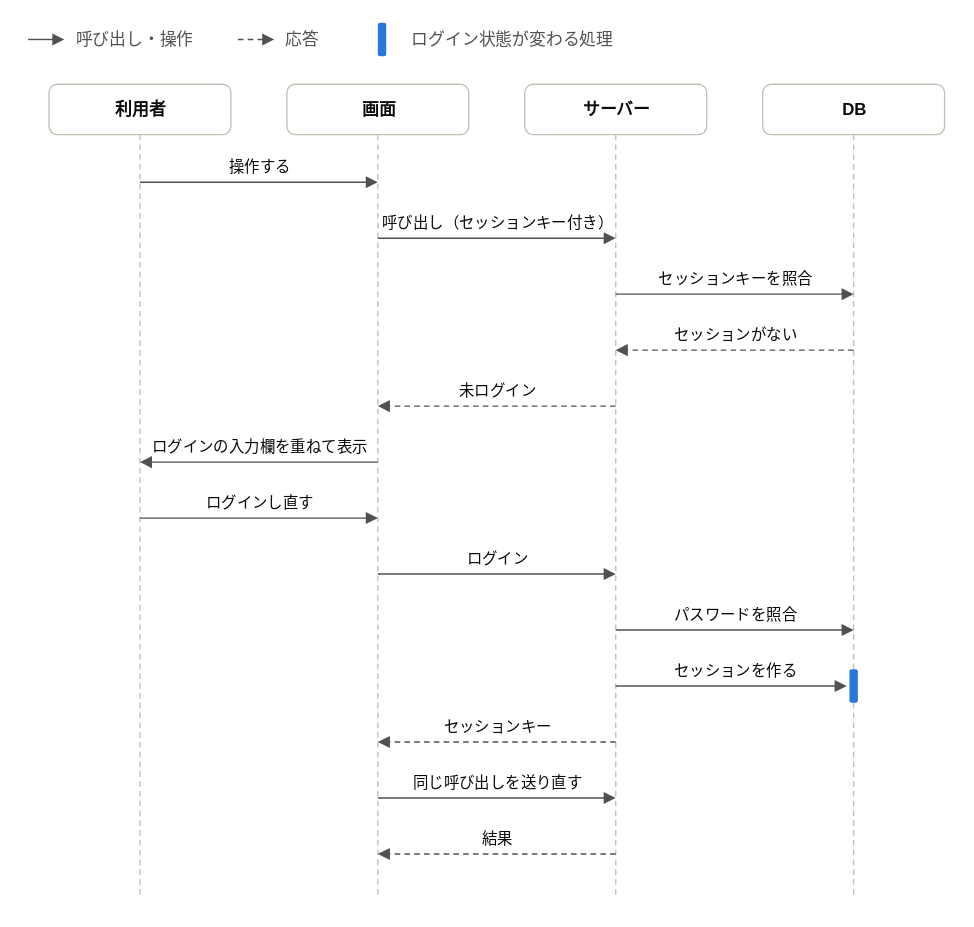
Earlier version of the draw.io export demo/101_販売管理システム/標準仕様書_ログインの流れ_ログイン状態が切れていたとき.drawio.svg (halllky/NijoAppScaffold). Source tidied: cells renumbered, new cells last; positions are measured from the earlier drawing's top-left corner, leaving out a move shared by most shapes.
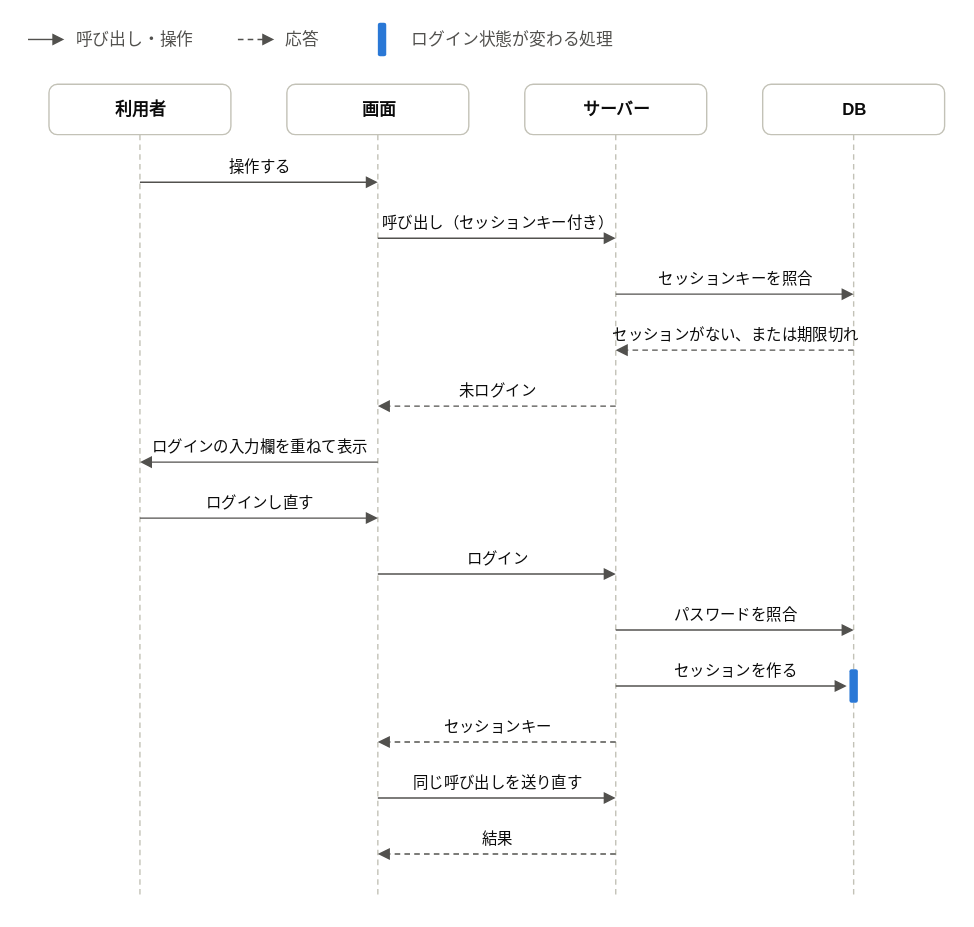
The same file after the commit.

Change to the diagram source:
```diff
@@ -107,7 +107,7 @@
         <mxPoint x="420" y="234" as="targetPoint" />
       </mxGeometry>
     </mxCell>
-    <mxCell id="27" value="セッションがない" style="text;html=1;align=center;verticalAlign=middle;fontSize=11;fontColor=#0b0b0b;fontStyle=0;spacing=0;" parent="1" vertex="1">
+    <mxCell id="27" value="セッションがない、または期限切れ" style="text;html=1;align=center;verticalAlign=middle;fontSize=11;fontColor=#0b0b0b;fontStyle=0;spacing=0;" parent="1" vertex="1">
       <mxGeometry x="405" y="215" width="200" height="16" as="geometry" />
     </mxCell>
     <mxCell id="28" style="html=1;rounded=0;endArrow=block;endFill=1;endSize=6;startArrow=none;strokeColor=#52514e;strokeWidth=1;fontSize=11;fontColor=#52514e;labelBackgroundColor=#ffffff;dashed=1;dashPattern=4 3;" parent="1" edge="1">
```
